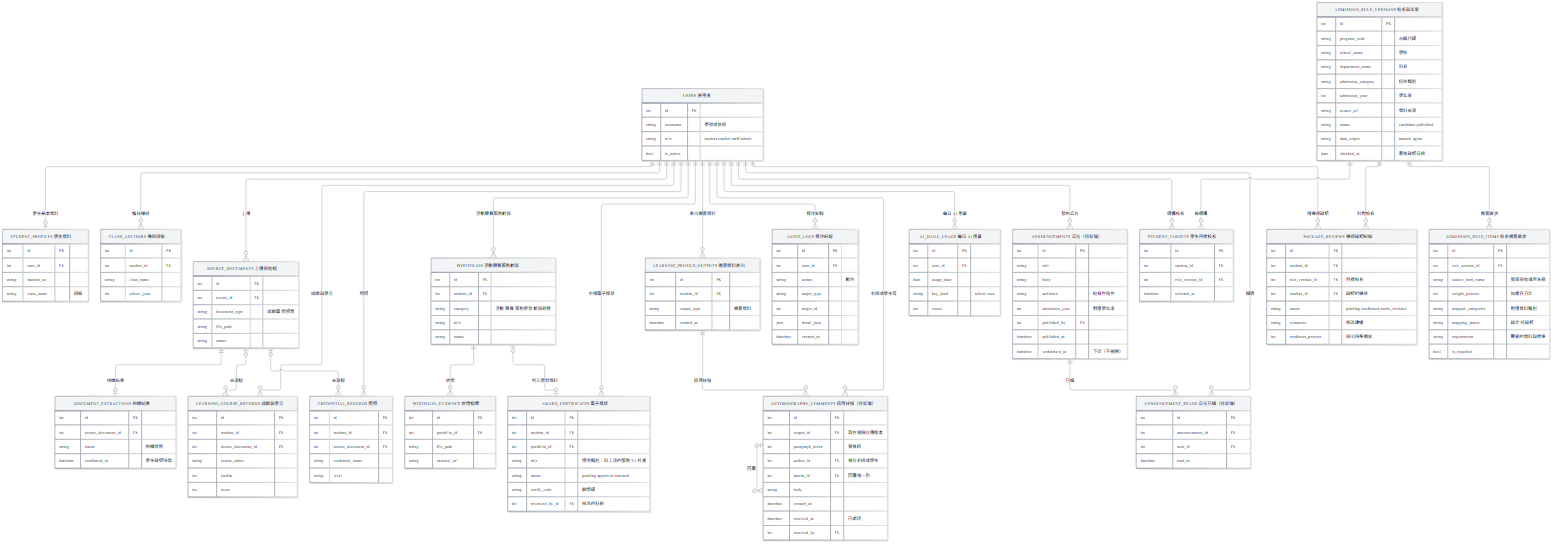
This is docs/images/D-09-erd-v2.png from vujhdcusa/1028, a Mermaid export, as it was before one commit. Its source is kept beside it as docs/images/D-09-erd-v2.mmd.
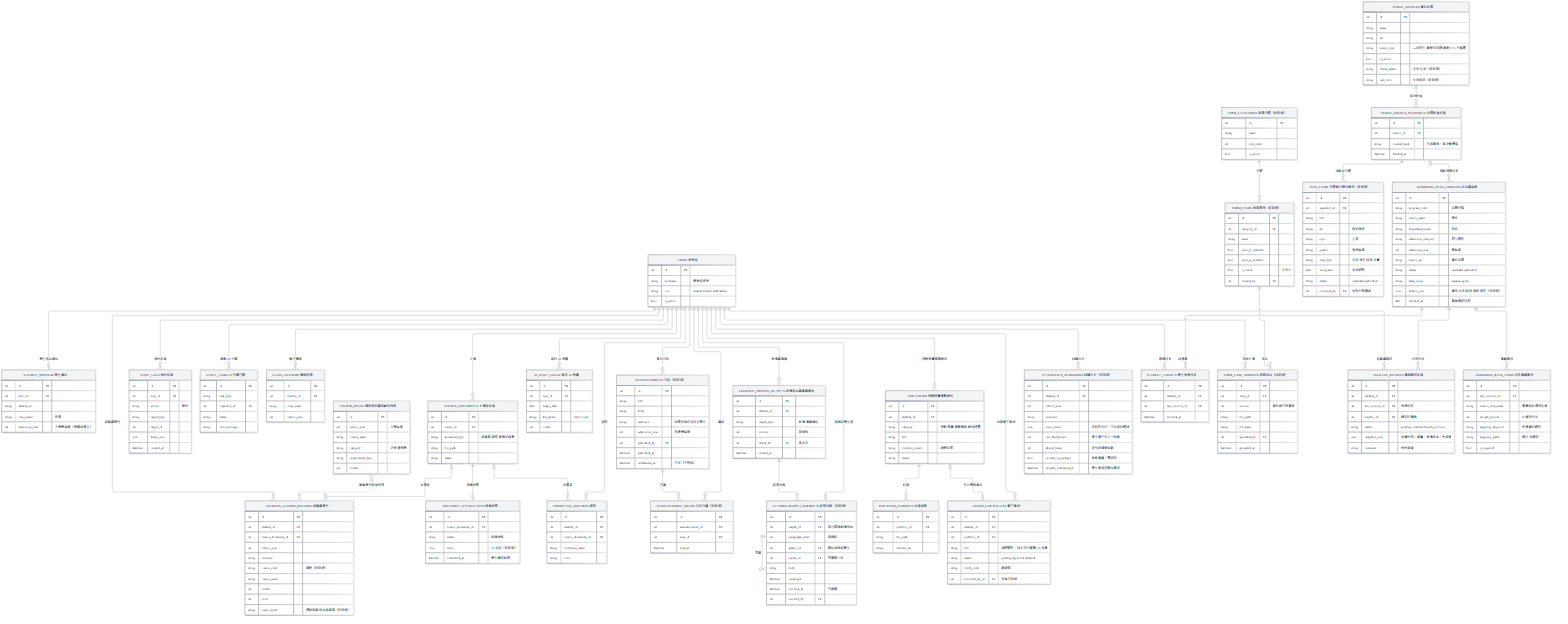
The same file after the commit.

What changed in the source:
```diff
@@ -6,26 +6,35 @@
     SOURCE_DOCUMENTS ||--o| DOCUMENT_EXTRACTIONS : "辨識結果"
     USERS ||--o{ LEARNING_COURSE_RECORDS : "成績與學分"
     SOURCE_DOCUMENTS |o--o{ LEARNING_COURSE_RECORDS : "來源檔"
+    COURSE_RULES }o..o{ LEARNING_COURSE_RECORDS : "畢業學分檢查對照"
     USERS ||--o{ CREDENTIAL_RECORDS : "證照"
     SOURCE_DOCUMENTS |o--o{ CREDENTIAL_RECORDS : "來源檔"
     USERS ||--o{ PORTFOLIOS : "活動競賽服務幹部"
     PORTFOLIOS ||--o{ PORTFOLIO_EVIDENCE : "佐證"
+    USERS ||--o{ ATTENDANCE_SUMMARIES : "缺曠合計"
+    USERS ||--o{ AWARD_CERTIFICATES : "申請電子獎狀"
+    PORTFOLIOS |o--o| AWARD_CERTIFICATES : "列入學習資料"
     ADMISSION_RULE_VERSIONS ||--o{ ADMISSION_RULE_ITEMS : "備審要求"
     USERS ||--o{ STUDENT_TARGETS : "選擇校系"
     ADMISSION_RULE_VERSIONS ||--o{ STUDENT_TARGETS : "被選擇"
-    USERS ||--o{ LEARNING_PROFILE_OUTPUTS : "產出備審資料"
-    USERS ||--o{ PACKAGE_REVIEWS : "請導師確認"
+    USERS ||--o{ LEARNING_PROFILE_OUTPUTS : "自傳與備審"
+    USERS ||--o{ PACKAGE_REVIEWS : "送審與確認"
     ADMISSION_RULE_VERSIONS ||--o{ PACKAGE_REVIEWS : "針對校系"
-    USERS ||--o{ AWARD_CERTIFICATES : "申請電子獎狀"
-    PORTFOLIOS |o--o| AWARD_CERTIFICATES : "列入學習資料"
-    USERS ||--o{ AUDIT_LOGS : "操作紀錄"
+    LEARNING_PROFILE_OUTPUTS ||--o{ AUTOBIOGRAPHY_COMMENTS : "段落註解"
+    USERS ||--o{ AUTOBIOGRAPHY_COMMENTS : "老師或學生寫"
+    AUTOBIOGRAPHY_COMMENTS |o--o{ AUTOBIOGRAPHY_COMMENTS : "回覆"
     USERS ||--o{ AI_DAILY_USAGE : "每日 AI 用量"
+    PUBLIC_SOURCES ||--o{ PUBLIC_SOURCE_SNAPSHOTS : "每次檢查"
+    PUBLIC_SOURCE_SNAPSHOTS |o--o{ ADMISSION_RULE_VERSIONS : "擷取候選校系"
+    PUBLIC_SOURCE_SNAPSHOTS ||--o{ INFO_ITEMS : "擷取並分類"
+    USERS ||--o{ AGENT_TASKS : "啟動 AI 代理"
     USERS ||--o{ ANNOUNCEMENTS : "發布公告"
     ANNOUNCEMENTS ||--o{ ANNOUNCEMENT_READS : "已讀"
     USERS ||--o{ ANNOUNCEMENT_READS : "讀過"
-    LEARNING_PROFILE_OUTPUTS ||--o{ AUTOBIOGRAPHY_COMMENTS : "段落註解"
-    USERS ||--o{ AUTOBIOGRAPHY_COMMENTS : "老師或學生寫"
-    AUTOBIOGRAPHY_COMMENTS |o--o{ AUTOBIOGRAPHY_COMMENTS : "回覆"
+    FORM_CATEGORIES ||--o{ FORM_ITEMS : "分類"
+    FORM_ITEMS ||--o{ FORM_ITEM_VERSIONS : "版本"
+    USERS ||--o{ FORM_ITEM_VERSIONS : "科辦上傳"
+    USERS ||--o{ AUDIT_LOGS : "操作紀錄"
 
     USERS["USERS 使用者　　　"] {
         int id PK
@@ -38,6 +47,7 @@
         int user_id FK
         string student_no
         string class_name "班級"
+        int admission_year "入學學年度（管理者匯入）"
     }
     CLASS_ADVISORS["CLASS_ADVISORS 導師班級　　　"] {
         int id PK
@@ -48,7 +58,7 @@
     SOURCE_DOCUMENTS["SOURCE_DOCUMENTS 上傳原始檔　　　"] {
         int id PK
         int owner_id FK
-        string document_type "成績單 證照等"
+        string document_type "成績單 證照 獎懲記錄等"
         string file_path
         string status
     }
@@ -56,15 +66,20 @@
         int id PK
         int source_document_id FK
         string status "辨識狀態"
+        json notes "AI 註記（待新增）"
         datetime confirmed_at "學生確認時間"
     }
     LEARNING_COURSE_RECORDS["LEARNING_COURSE_RECORDS 成績與學分　　　"] {
         int id PK
         int student_id FK
         int source_document_id FK
+        int school_year
+        string semester
+        string course_code "課號（待新增）"
         string course_name
         int credits
         int score
+        string source_kind "網頁成績 紙本成績單（待新增）"
     }
     CREDENTIAL_RECORDS["CREDENTIAL_RECORDS 證照　　　"] {
         int id PK
@@ -78,6 +93,7 @@
         int student_id FK
         string category "活動 競賽 服務學習 幹部經歷"
         string title
+        string evidence_source "證明來源"
         string status
     }
     PORTFOLIO_EVIDENCE["PORTFOLIO_EVIDENCE 佐證檔案　　　"] {
@@ -85,6 +101,34 @@
         int portfolio_id FK
         string file_path
         string external_url
+    }
+    ATTENDANCE_SUMMARIES["ATTENDANCE_SUMMARIES 缺曠合計（待新增）　　　"] {
+        int id PK
+        int student_id FK
+        int school_year
+        string semester
+        json leave_totals "各假別合計，不存逐日明細"
+        int one_third_hours "應上課三分之一時數"
+        int absent_hours "至今缺課總時數"
+        bool include_in_package "放進備審，預設否"
+        datetime include_confirmed_at "學生看過提醒並確認"
+    }
+    COURSE_RULES["COURSE_RULES 課程規則與修業科目表　　　"] {
+        int id PK
+        int school_year "入學年度"
+        string course_name
+        string category "必修 選修等"
+        string requirement_type
+        int credits
+    }
+    AWARD_CERTIFICATES["AWARD_CERTIFICATES 電子獎狀　　　"] {
+        int id PK
+        int student_id FK
+        int portfolio_id FK
+        string title "證明類別：科上派的服務 TA 社團"
+        string status "pending approved returned"
+        string verify_code "驗證碼"
+        int reviewed_by_id FK "核准的科辦"
     }
     ADMISSION_RULE_VERSIONS["ADMISSION_RULE_VERSIONS 校系與年度　　　"] {
         int id PK
@@ -96,6 +140,7 @@
         string source_url "資料來源"
         string status "candidate published"
         string data_origin "manual agent"
+        json details_json "資格 文件 時程 連結 特色（待新增）"
         date checked_at "最後確認日期"
     }
     ADMISSION_RULE_ITEMS["ADMISSION_RULE_ITEMS 校系備審要求　　　"] {
@@ -105,7 +150,6 @@
         int weight_percent "加權百分比"
         string mapped_categories "對應資料類別"
         string mapping_status "確定 待確認"
-        string requirement "需要的資料與標準"
         bool is_required
     }
     STUDENT_TARGETS["STUDENT_TARGETS 學生目標校系　　　"] {
@@ -114,10 +158,12 @@
         int rule_version_id FK
         datetime selected_at
     }
-    LEARNING_PROFILE_OUTPUTS["LEARNING_PROFILE_OUTPUTS 備審資料產出　　　"] {
+    LEARNING_PROFILE_OUTPUTS["LEARNING_PROFILE_OUTPUTS 自傳版本與備審產出　　　"] {
         int id PK
         int student_id FK
-        string output_type "備審資料"
+        string output_type "自傳 備審資料"
+        int version "第幾版"
+        int edited_by FK "誰存的"
         datetime created_at
     }
     PACKAGE_REVIEWS["PACKAGE_REVIEWS 導師確認紀錄　　　"] {
@@ -126,49 +172,8 @@
         int rule_version_id FK "目標校系"
         int teacher_id FK "確認的導師"
         string status "pending confirmed needs_revision"
+        json snapshot_json "送審快照：事實、自傳版本、完成度"
         string comment "修改建議"
-        int readiness_percent "送出時準備度"
-    }
-    AWARD_CERTIFICATES["AWARD_CERTIFICATES 電子獎狀　　　"] {
-        int id PK
-        int student_id FK
-        int portfolio_id FK
-        string title "證明類別：科上派的服務 TA 社團"
-        string status "pending approved returned"
-        string verify_code "驗證碼"
-        int reviewed_by_id FK "核准的科辦"
-    }
-    AUDIT_LOGS["AUDIT_LOGS 操作紀錄　　　"] {
-        int id PK
-        int user_id FK
-        string action "動作"
-        string target_type
-        int target_id
-        json detail_json
-        datetime created_at
-    }
-    AI_DAILY_USAGE["AI_DAILY_USAGE 每日 AI 用量　　　"] {
-        int id PK
-        int user_id FK
-        date usage_date
-        string key_kind "school own"
-        int count
-    }
-    ANNOUNCEMENTS["ANNOUNCEMENTS 公告（待新增）　　　"] {
-        int id PK
-        string title
-        string body
-        string audience "給哪些角色"
-        int admission_year "對應學年度"
-        int published_by FK
-        datetime published_at
-        datetime withdrawn_at "下架（不刪除）"
-    }
-    ANNOUNCEMENT_READS["ANNOUNCEMENT_READS 公告已讀（待新增）　　　"] {
-        int id PK
-        int announcement_id FK
-        int user_id FK
-        datetime read_at
     }
     AUTOBIOGRAPHY_COMMENTS["AUTOBIOGRAPHY_COMMENTS 段落註解（待新增）　　　"] {
         int id PK
@@ -181,3 +186,93 @@
         datetime resolved_at "已處理"
         int resolved_by FK
     }
+    AI_DAILY_USAGE["AI_DAILY_USAGE 每日 AI 用量　　　"] {
+        int id PK
+        int user_id FK
+        date usage_date
+        string key_kind "school own"
+        int count
+    }
+    PUBLIC_SOURCES["PUBLIC_SOURCES 資料來源　　　"] {
+        int id PK
+        string name
+        string url
+        string source_type "二技招生 資管科官網 資圖中心 行事曆"
+        bool is_active
+        string check_status "正常 失效（待新增）"
+        string last_error "失效原因（待新增）"
+    }
+    PUBLIC_SOURCE_SNAPSHOTS["PUBLIC_SOURCE_SNAPSHOTS 來源檢查紀錄　　　"] {
+        int id PK
+        int source_id FK
+        string content_hash "內容雜湊，每次都保留"
+        datetime fetched_at
+    }
+    AGENT_TASKS["AGENT_TASKS AI 代理任務　　　"] {
+        int id PK
+        string task_type
+        int requester_id FK
+        string status
+        string error_message
+    }
+    INFO_ITEMS["INFO_ITEMS 分類後的學校資訊（待新增）　　　"] {
+        int id PK
+        int snapshot_id FK
+        string title
+        string url "原始連結"
+        string topic "主題"
+        string grades "適用年級"
+        string item_type "公告 規定 時程 比賽"
+        date valid_until "有效期間"
+        string status "candidate published"
+        int reviewed_by FK "核對的管理員"
+    }
+    ANNOUNCEMENTS["ANNOUNCEMENTS 公告（待新增）　　　"] {
+        int id PK
+        string title
+        string body
+        string audience "給哪些角色或指定學生"
+        int admission_year "對應學年度"
+        int published_by FK
+        datetime published_at
+        datetime withdrawn_at "下架（不刪除）"
+    }
+    ANNOUNCEMENT_READS["ANNOUNCEMENT_READS 公告已讀（待新增）　　　"] {
+        int id PK
+        int announcement_id FK
+        int user_id FK
+        datetime read_at
+    }
+    FORM_CATEGORIES["FORM_CATEGORIES 表單分類（待新增）　　　"] {
+        int id PK
+        string name
+        int sort_order
+        bool is_active
+    }
+    FORM_ITEMS["FORM_ITEMS 表單項目（待新增）　　　"] {
+        int id PK
+        int category_id FK
+        string name
+        bool open_to_students
+        bool open_to_teachers
+        bool is_listed "上架中"
+        int created_by FK
+    }
+    FORM_ITEM_VERSIONS["FORM_ITEM_VERSIONS 表單版本（待新增）　　　"] {
+        int id PK
+        int item_id FK
+        int version "發布後不可覆寫"
+        string file_path
+        string file_hash
+        int uploaded_by FK
+        datetime uploaded_at
+    }
+    AUDIT_LOGS["AUDIT_LOGS 操作紀錄　　　"] {
+        int id PK
+        int user_id FK
+        string action "動作"
+        string target_type
+        int target_id
+        json detail_json
+        datetime created_at
+    }
```
